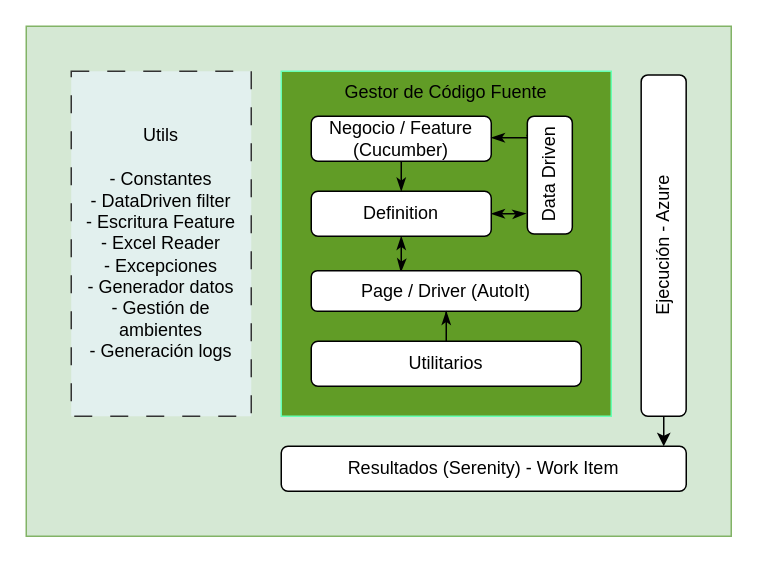
This is Docs/ArquitecturaBaseSAP.drawio from j-andressanchez/BasicPomSerenity, a draw.io file, before an edit. Source tidied: cells renumbered, new cells numbered last; positions are measured from the earlier drawing's top-left corner, leaving out a move shared by most shapes. Both pictures are drawn from the tidied source at 150%, with x=0, y=0 at pixel (26, 26).
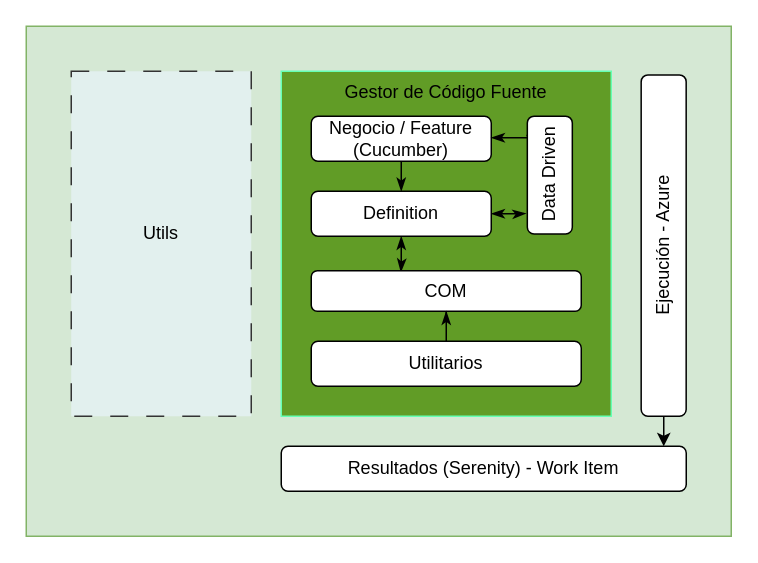
The same page after the edit.

The edit, as a diff of the source:
```diff
@@
-    <mxCell id="11" value="Page / Driver (AutoIt)" style="rounded=1;whiteSpace=wrap;html=1;" parent="1" vertex="1">
+    <mxCell id="11" value="COM" style="rounded=1;whiteSpace=wrap;html=1;" parent="1" vertex="1">
       <mxGeometry x="190" y="163" width="180" height="27" as="geometry" />
     </mxCell>
@@
-    <mxCell id="17" value="Utils&lt;br&gt;&lt;br&gt;- Constantes&lt;br&gt;- DataDriven filter&lt;br&gt;- Escritura Feature&lt;br&gt;- Excel Reader&lt;br&gt;- Excepciones&lt;br&gt;- Generador datos&lt;br&gt;- Gestión de ambientes&lt;br&gt;- Generación logs" style="rounded=0;whiteSpace=wrap;html=1;fillColor=#E2F0EE;strokeColor=#333333;dashed=1;dashPattern=12 12;" parent="1" vertex="1">
+    <mxCell id="17" value="Utils&lt;br&gt;&lt;br&gt;" style="rounded=0;whiteSpace=wrap;html=1;fillColor=#E2F0EE;strokeColor=#333333;dashed=1;dashPattern=12 12;" parent="1" vertex="1">
       <mxGeometry x="30" y="30" width="120" height="230" as="geometry" />
     </mxCell>
```
